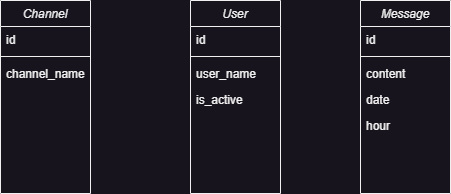
The draw.io diagram src/DbDiagram.png in ghezaliwahiba/SlackProjetFinal, before a commit. Source tidied: cells renumbered, new cells last; positions are measured from the earlier drawing's top-left corner, leaving out a move shared by most shapes. The source it was exported from:
```xml
<mxGraphModel>
  <root>
    <mxCell id="0" />
    <mxCell id="1" parent="0" />
    <mxCell id="2" value="Channel" style="swimlane;fontStyle=2;align=center;verticalAlign=top;horizontal=1;startSize=26;rounded=0;shadow=0;strokeWidth=1;" parent="1" vertex="1">
      <mxGeometry width="90" height="193" as="geometry" />
    </mxCell>
    <mxCell id="3" value="id" style="text;align=left;verticalAlign=top;spacingLeft=4;spacingRight=4;overflow=hidden;" parent="2" vertex="1">
      <mxGeometry y="26" width="90" height="26" as="geometry" />
    </mxCell>
    <mxCell id="4" style="line;html=1;strokeWidth=1;align=left;verticalAlign=middle;spacingTop=-1;spacingLeft=3;spacingRight=3;labelPosition=right;" parent="2" vertex="1">
      <mxGeometry y="52" width="90" height="8" as="geometry" />
    </mxCell>
    <mxCell id="5" value="channel_name" style="text;align=left;verticalAlign=top;spacingLeft=4;spacingRight=4;overflow=hidden;fontStyle=0;" parent="2" vertex="1">
      <mxGeometry y="60" width="90" height="26" as="geometry" />
    </mxCell>
    <mxCell id="6" value="User" style="swimlane;fontStyle=2;align=center;verticalAlign=top;horizontal=1;startSize=26;rounded=0;shadow=0;strokeWidth=1;" parent="1" vertex="1">
      <mxGeometry x="190" width="90" height="193" as="geometry" />
    </mxCell>
    <mxCell id="7" value="id" style="text;align=left;verticalAlign=top;spacingLeft=4;spacingRight=4;overflow=hidden;points=[[0,0.5],[1,0.5]];portConstraint=eastwest;" parent="6" vertex="1">
      <mxGeometry y="26" width="90" height="26" as="geometry" />
    </mxCell>
    <mxCell id="8" style="line;html=1;strokeWidth=1;align=left;verticalAlign=middle;spacingTop=-1;spacingLeft=3;spacingRight=3;labelPosition=right;" parent="6" vertex="1">
      <mxGeometry y="52" width="90" height="8" as="geometry" />
    </mxCell>
    <mxCell id="9" value="user_name" style="text;align=left;verticalAlign=top;spacingLeft=4;spacingRight=4;overflow=hidden;fontStyle=0;" parent="6" vertex="1">
      <mxGeometry y="60" width="90" height="26" as="geometry" />
    </mxCell>
    <mxCell id="10" value="is_active" style="text;align=left;verticalAlign=top;spacingLeft=4;spacingRight=4;overflow=hidden;fontStyle=0;" parent="6" vertex="1">
      <mxGeometry y="86" width="90" height="26" as="geometry" />
    </mxCell>
    <mxCell id="11" value="Message" style="swimlane;fontStyle=2;align=center;verticalAlign=top;horizontal=1;startSize=26;rounded=0;shadow=0;strokeWidth=1;" parent="1" vertex="1">
      <mxGeometry x="360" width="90" height="193" as="geometry" />
    </mxCell>
    <mxCell id="12" value="id" style="text;align=left;verticalAlign=top;spacingLeft=4;spacingRight=4;overflow=hidden;points=[[0,0.5],[1,0.5]];portConstraint=eastwest;" parent="11" vertex="1">
      <mxGeometry y="26" width="90" height="26" as="geometry" />
    </mxCell>
    <mxCell id="13" style="line;html=1;strokeWidth=1;align=left;verticalAlign=middle;spacingTop=-1;spacingLeft=3;spacingRight=3;labelPosition=right;" parent="11" vertex="1">
      <mxGeometry y="52" width="90" height="8" as="geometry" />
    </mxCell>
    <mxCell id="14" value="content" style="text;align=left;verticalAlign=top;spacingLeft=4;spacingRight=4;overflow=hidden;fontStyle=0;" parent="11" vertex="1">
      <mxGeometry y="60" width="90" height="26" as="geometry" />
    </mxCell>
    <mxCell id="15" value="date" style="text;align=left;verticalAlign=top;spacingLeft=4;spacingRight=4;overflow=hidden;fontStyle=0;" parent="11" vertex="1">
      <mxGeometry y="86" width="90" height="26" as="geometry" />
    </mxCell>
    <mxCell id="16" value="hour" style="text;align=left;verticalAlign=top;spacingLeft=4;spacingRight=4;overflow=hidden;fontStyle=0;" parent="11" vertex="1">
      <mxGeometry y="112" width="90" height="26" as="geometry" />
    </mxCell>
  </root>
</mxGraphModel>
```
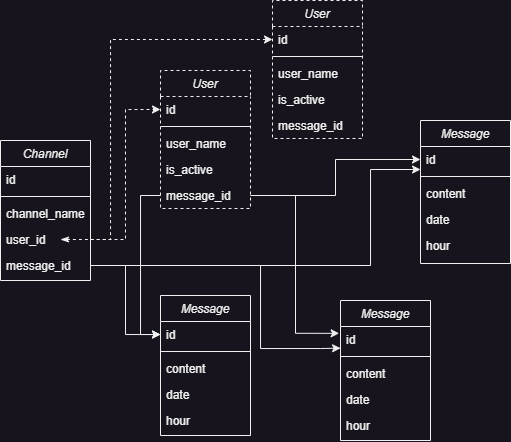
After the change.

Commit message:
Ajout des relations entre tables dans DbDiagram.drawio

The edit, as a diff of the source:
```diff
@@ -3,7 +3,7 @@
     <mxCell id="0" />
     <mxCell id="1" parent="0" />
     <mxCell id="2" value="Channel" style="swimlane;fontStyle=2;align=center;verticalAlign=top;horizontal=1;startSize=26;rounded=0;shadow=0;strokeWidth=1;" parent="1" vertex="1">
-      <mxGeometry width="90" height="193" as="geometry" />
+      <mxGeometry x="-120" y="-10" width="90" height="140" as="geometry" />
     </mxCell>
     <mxCell id="3" value="id" style="text;align=left;verticalAlign=top;spacingLeft=4;spacingRight=4;overflow=hidden;" parent="2" vertex="1">
       <mxGeometry y="26" width="90" height="26" as="geometry" />
@@ -14,8 +14,14 @@
     <mxCell id="5" value="channel_name" style="text;align=left;verticalAlign=top;spacingLeft=4;spacingRight=4;overflow=hidden;fontStyle=0;" parent="2" vertex="1">
       <mxGeometry y="60" width="90" height="26" as="geometry" />
     </mxCell>
+    <mxCell id="17" value="user_id" style="text;align=left;verticalAlign=top;spacingLeft=4;spacingRight=4;overflow=hidden;points=[[0,0.5],[1,0.5]];portConstraint=eastwest;fontStyle=0;" parent="2" vertex="1">
+      <mxGeometry y="86" width="90" height="26" as="geometry" />
+    </mxCell>
+    <mxCell id="18" value="message_id" style="text;align=left;verticalAlign=top;spacingLeft=4;spacingRight=4;overflow=hidden;points=[[0,0.5],[1,0.5]];portConstraint=eastwest;fontStyle=0;" parent="2" vertex="1">
+      <mxGeometry y="112" width="90" height="26" as="geometry" />
+    </mxCell>
-    <mxCell id="6" value="User" style="swimlane;fontStyle=2;align=center;verticalAlign=top;horizontal=1;startSize=26;rounded=0;shadow=0;strokeWidth=1;" parent="1" vertex="1">
-      <mxGeometry x="190" width="90" height="193" as="geometry" />
+    <mxCell id="6" value="User" style="swimlane;fontStyle=2;align=center;verticalAlign=top;horizontal=1;startSize=26;rounded=0;shadow=0;strokeWidth=1;dashed=1;" parent="1" vertex="1">
+      <mxGeometry x="40" y="-80" width="90" height="138" as="geometry" />
     </mxCell>
     <mxCell id="7" value="id" style="text;align=left;verticalAlign=top;spacingLeft=4;spacingRight=4;overflow=hidden;points=[[0,0.5],[1,0.5]];portConstraint=eastwest;" parent="6" vertex="1">
       <mxGeometry y="26" width="90" height="26" as="geometry" />
@@ -29,8 +35,11 @@
     <mxCell id="10" value="is_active" style="text;align=left;verticalAlign=top;spacingLeft=4;spacingRight=4;overflow=hidden;fontStyle=0;" parent="6" vertex="1">
       <mxGeometry y="86" width="90" height="26" as="geometry" />
     </mxCell>
+    <mxCell id="19" value="message_id" style="text;align=left;verticalAlign=top;spacingLeft=4;spacingRight=4;overflow=hidden;points=[[0,0.5],[1,0.5]];portConstraint=eastwest;fontStyle=0;" parent="6" vertex="1">
+      <mxGeometry y="112" width="90" height="26" as="geometry" />
+    </mxCell>
     <mxCell id="11" value="Message" style="swimlane;fontStyle=2;align=center;verticalAlign=top;horizontal=1;startSize=26;rounded=0;shadow=0;strokeWidth=1;" parent="1" vertex="1">
-      <mxGeometry x="360" width="90" height="193" as="geometry" />
+      <mxGeometry x="220" y="150" width="90" height="140" as="geometry" />
     </mxCell>
     <mxCell id="12" value="id" style="text;align=left;verticalAlign=top;spacingLeft=4;spacingRight=4;overflow=hidden;points=[[0,0.5],[1,0.5]];portConstraint=eastwest;" parent="11" vertex="1">
       <mxGeometry y="26" width="90" height="26" as="geometry" />
@@ -47,5 +56,101 @@
     <mxCell id="16" value="hour" style="text;align=left;verticalAlign=top;spacingLeft=4;spacingRight=4;overflow=hidden;fontStyle=0;" parent="11" vertex="1">
       <mxGeometry y="112" width="90" height="26" as="geometry" />
     </mxCell>
+    <mxCell id="20" value="Message" style="swimlane;fontStyle=2;align=center;verticalAlign=top;horizontal=1;startSize=26;rounded=0;shadow=0;strokeWidth=1;" parent="1" vertex="1">
+      <mxGeometry x="40" y="145" width="90" height="140" as="geometry" />
+    </mxCell>
+    <mxCell id="21" value="id" style="text;align=left;verticalAlign=top;spacingLeft=4;spacingRight=4;overflow=hidden;points=[[0,0.5],[1,0.5]];portConstraint=eastwest;" parent="20" vertex="1">
+      <mxGeometry y="26" width="90" height="26" as="geometry" />
+    </mxCell>
+    <mxCell id="22" style="line;html=1;strokeWidth=1;align=left;verticalAlign=middle;spacingTop=-1;spacingLeft=3;spacingRight=3;labelPosition=right;" parent="20" vertex="1">
+      <mxGeometry y="52" width="90" height="8" as="geometry" />
+    </mxCell>
+    <mxCell id="23" value="content" style="text;align=left;verticalAlign=top;spacingLeft=4;spacingRight=4;overflow=hidden;fontStyle=0;" parent="20" vertex="1">
+      <mxGeometry y="60" width="90" height="26" as="geometry" />
+    </mxCell>
+    <mxCell id="24" value="date" style="text;align=left;verticalAlign=top;spacingLeft=4;spacingRight=4;overflow=hidden;fontStyle=0;" parent="20" vertex="1">
+      <mxGeometry y="86" width="90" height="26" as="geometry" />
+    </mxCell>
+    <mxCell id="25" value="hour" style="text;align=left;verticalAlign=top;spacingLeft=4;spacingRight=4;overflow=hidden;fontStyle=0;" parent="20" vertex="1">
+      <mxGeometry y="112" width="90" height="26" as="geometry" />
+    </mxCell>
+    <mxCell id="26" value="Message" style="swimlane;fontStyle=2;align=center;verticalAlign=top;horizontal=1;startSize=26;rounded=0;shadow=0;strokeWidth=1;" parent="1" vertex="1">
+      <mxGeometry x="300" y="-30" width="90" height="143" as="geometry" />
+    </mxCell>
+    <mxCell id="27" value="id" style="text;align=left;verticalAlign=top;spacingLeft=4;spacingRight=4;overflow=hidden;points=[[0,0.5],[1,0.5]];portConstraint=eastwest;" parent="26" vertex="1">
+      <mxGeometry y="26" width="90" height="26" as="geometry" />
+    </mxCell>
+    <mxCell id="28" style="line;html=1;strokeWidth=1;align=left;verticalAlign=middle;spacingTop=-1;spacingLeft=3;spacingRight=3;labelPosition=right;" parent="26" vertex="1">
+      <mxGeometry y="52" width="90" height="8" as="geometry" />
+    </mxCell>
+    <mxCell id="29" value="content" style="text;align=left;verticalAlign=top;spacingLeft=4;spacingRight=4;overflow=hidden;fontStyle=0;" parent="26" vertex="1">
+      <mxGeometry y="60" width="90" height="26" as="geometry" />
+    </mxCell>
+    <mxCell id="30" value="date" style="text;align=left;verticalAlign=top;spacingLeft=4;spacingRight=4;overflow=hidden;fontStyle=0;" parent="26" vertex="1">
+      <mxGeometry y="86" width="90" height="26" as="geometry" />
+    </mxCell>
+    <mxCell id="31" value="hour" style="text;align=left;verticalAlign=top;spacingLeft=4;spacingRight=4;overflow=hidden;fontStyle=0;" parent="26" vertex="1">
+      <mxGeometry y="112" width="90" height="26" as="geometry" />
+    </mxCell>
+    <mxCell id="32" value="User" style="swimlane;fontStyle=2;align=center;verticalAlign=top;horizontal=1;startSize=26;rounded=0;shadow=0;strokeWidth=1;dashed=1;" parent="1" vertex="1">
+      <mxGeometry x="152" y="-150" width="90" height="138" as="geometry" />
+    </mxCell>
+    <mxCell id="33" value="id" style="text;align=left;verticalAlign=top;spacingLeft=4;spacingRight=4;overflow=hidden;points=[[0,0.5],[1,0.5]];portConstraint=eastwest;" parent="32" vertex="1">
+      <mxGeometry y="26" width="90" height="26" as="geometry" />
+    </mxCell>
+    <mxCell id="34" style="line;html=1;strokeWidth=1;align=left;verticalAlign=middle;spacingTop=-1;spacingLeft=3;spacingRight=3;labelPosition=right;" parent="32" vertex="1">
+      <mxGeometry y="52" width="90" height="8" as="geometry" />
+    </mxCell>
+    <mxCell id="35" value="user_name" style="text;align=left;verticalAlign=top;spacingLeft=4;spacingRight=4;overflow=hidden;fontStyle=0;" parent="32" vertex="1">
+      <mxGeometry y="60" width="90" height="26" as="geometry" />
+    </mxCell>
+    <mxCell id="36" value="is_active" style="text;align=left;verticalAlign=top;spacingLeft=4;spacingRight=4;overflow=hidden;fontStyle=0;" parent="32" vertex="1">
+      <mxGeometry y="86" width="90" height="26" as="geometry" />
+    </mxCell>
+    <mxCell id="37" value="message_id" style="text;align=left;verticalAlign=top;spacingLeft=4;spacingRight=4;overflow=hidden;fontStyle=0;" parent="32" vertex="1">
+      <mxGeometry y="112" width="90" height="26" as="geometry" />
+    </mxCell>
+    <mxCell id="38" style="edgeStyle=orthogonalEdgeStyle;rounded=0;jettySize=auto;html=1;entryX=0;entryY=0.5;entryDx=0;entryDy=0;dashed=1;" parent="1" edge="1" source="17" target="7">
+      <mxGeometry relative="1" as="geometry" />
+    </mxCell>
+    <mxCell id="39" style="edgeStyle=orthogonalEdgeStyle;rounded=0;jettySize=auto;html=1;entryX=0;entryY=0.5;entryDx=0;entryDy=0;dashed=1;startArrow=classicThin;startFill=1;" parent="1" edge="1" target="33">
+      <mxGeometry relative="1" as="geometry">
+        <mxPoint x="-60" y="89" as="sourcePoint" />
+        <Array as="points">
+          <mxPoint x="-10" y="89" />
+          <mxPoint x="-10" y="-111" />
+        </Array>
+      </mxGeometry>
+    </mxCell>
+    <mxCell id="40" style="edgeStyle=orthogonalEdgeStyle;rounded=0;jettySize=auto;html=1;exitX=1;exitY=0.5;exitDx=0;exitDy=0;" parent="1" edge="1" source="18" target="21">
+      <mxGeometry relative="1" as="geometry" />
+    </mxCell>
+    <mxCell id="41" style="edgeStyle=orthogonalEdgeStyle;rounded=0;jettySize=auto;html=1;exitX=1;exitY=0.5;exitDx=0;exitDy=0;entryX=0.001;entryY=0.832;entryDx=0;entryDy=0;entryPerimeter=0;" parent="1" edge="1" source="18" target="12">
+      <mxGeometry relative="1" as="geometry">
+        <Array as="points">
+          <mxPoint x="140" y="115" />
+          <mxPoint x="140" y="198" />
+          <mxPoint x="200" y="198" />
+        </Array>
+      </mxGeometry>
+    </mxCell>
+    <mxCell id="42" style="edgeStyle=orthogonalEdgeStyle;rounded=0;jettySize=auto;html=1;entryX=0;entryY=0.923;entryDx=0;entryDy=0;entryPerimeter=0;" parent="1" edge="1" source="18" target="27">
+      <mxGeometry relative="1" as="geometry">
+        <Array as="points">
+          <mxPoint x="250" y="115" />
+          <mxPoint x="250" y="19" />
+          <mxPoint x="300" y="19" />
+        </Array>
+      </mxGeometry>
+    </mxCell>
+    <mxCell id="43" style="edgeStyle=orthogonalEdgeStyle;rounded=0;jettySize=auto;html=1;exitX=1;exitY=0.5;exitDx=0;exitDy=0;entryX=-0.015;entryY=0.263;entryDx=0;entryDy=0;entryPerimeter=0;" parent="1" edge="1" source="19" target="12">
+      <mxGeometry relative="1" as="geometry" />
+    </mxCell>
+    <mxCell id="44" style="edgeStyle=orthogonalEdgeStyle;rounded=0;jettySize=auto;html=1;exitX=1;exitY=0.5;exitDx=0;exitDy=0;entryX=0;entryY=0.5;entryDx=0;entryDy=0;" parent="1" edge="1" source="19" target="27">
+      <mxGeometry relative="1" as="geometry" />
+    </mxCell>
+    <mxCell id="45" style="edgeStyle=orthogonalEdgeStyle;rounded=0;jettySize=auto;html=1;exitX=0;exitY=0.5;exitDx=0;exitDy=0;entryX=0;entryY=0.5;entryDx=0;entryDy=0;" parent="1" edge="1" source="19" target="21">
+      <mxGeometry relative="1" as="geometry" />
+    </mxCell>
   </root>
 </mxGraphModel>
```
